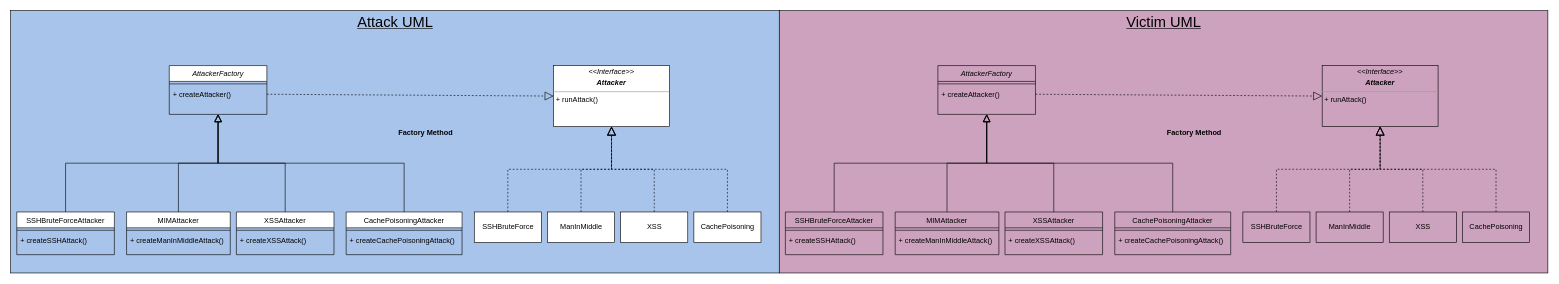
This is Untitled Diagram.drawio from connormc1010/ZFAC025_Final_Project, a draw.io file, before an edit. Source tidied: cells renumbered, new cells numbered last; positions are measured from the earlier drawing's top-left corner, leaving out a move shared by most shapes. Both pictures are drawn from the tidied source at 61%, with x=0, y=0 at pixel (10, 10).
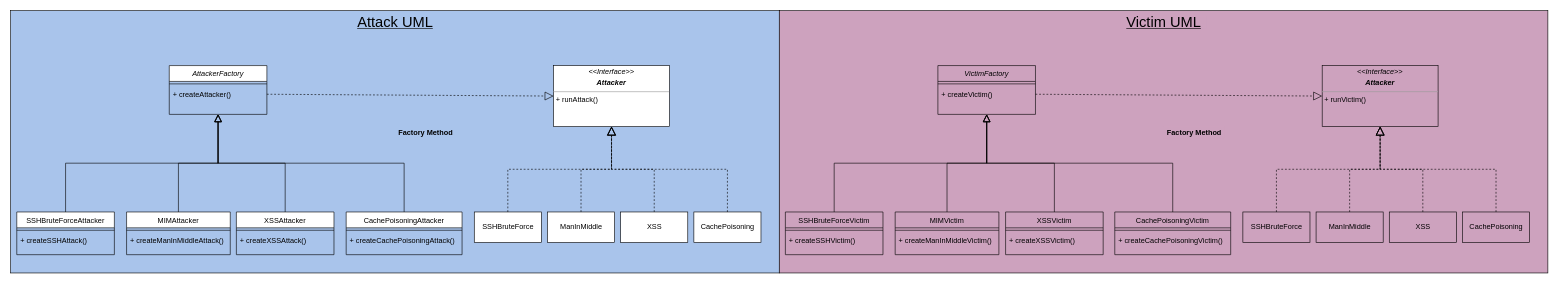
The same diagram, later.

The edit, as a diff of the source:
```diff
@@
-    <mxCell id="35" value="AttackerFactory" style="swimlane;fontStyle=2;align=center;verticalAlign=top;horizontal=1;startSize=26;rounded=0;shadow=0;strokeWidth=1;fillColor=#CDA2BE;" parent="1" vertex="1">
+    <mxCell id="35" value="VictimFactory" style="swimlane;fontStyle=2;align=center;verticalAlign=top;horizontal=1;startSize=26;rounded=0;shadow=0;strokeWidth=1;fillColor=#CDA2BE;" parent="1" vertex="1">
       <mxGeometry x="1520" y="90" width="160" height="80" as="geometry" />
     </mxCell>
@@
-    <mxCell id="37" value="+ createAttacker()" style="text;align=left;verticalAlign=top;spacingLeft=4;spacingRight=4;overflow=hidden;points=[[0,0.5],[1,0.5]];portConstraint=eastwest;" parent="35" vertex="1">
+    <mxCell id="37" value="+ createVictim()" style="text;align=left;verticalAlign=top;spacingLeft=4;spacingRight=4;overflow=hidden;points=[[0,0.5],[1,0.5]];portConstraint=eastwest;" parent="35" vertex="1">
       <mxGeometry y="34" width="160" height="26" as="geometry" />
     </mxCell>
-    <mxCell id="38" value="SSHBruteForceAttacker" style="swimlane;fontStyle=0;align=center;verticalAlign=top;horizontal=1;startSize=26;rounded=0;shadow=0;strokeWidth=1;fillColor=#CDA2BE;" parent="1" vertex="1">
+    <mxCell id="38" value="SSHBruteForceVictim" style="swimlane;fontStyle=0;align=center;verticalAlign=top;horizontal=1;startSize=26;rounded=0;shadow=0;strokeWidth=1;fillColor=#CDA2BE;" parent="1" vertex="1">
       <mxGeometry x="1270" y="330" width="160" height="70" as="geometry" />
     </mxCell>
@@
-    <mxCell id="40" value="+ createSSHAttack()" style="text;align=left;verticalAlign=top;spacingLeft=4;spacingRight=4;overflow=hidden;fontStyle=0;" parent="38" vertex="1">
+    <mxCell id="40" value="+ createSSHVictim()" style="text;align=left;verticalAlign=top;spacingLeft=4;spacingRight=4;overflow=hidden;fontStyle=0;" parent="38" vertex="1">
       <mxGeometry y="34" width="160" height="26" as="geometry" />
     </mxCell>
@@
-    <mxCell id="42" value="MIMAttacker" style="swimlane;fontStyle=0;align=center;verticalAlign=top;horizontal=1;startSize=26;rounded=0;shadow=0;strokeWidth=1;fillColor=#CDA2BE;" parent="1" vertex="1">
+    <mxCell id="42" value="MIMVictim" style="swimlane;fontStyle=0;align=center;verticalAlign=top;horizontal=1;startSize=26;rounded=0;shadow=0;strokeWidth=1;fillColor=#CDA2BE;" parent="1" vertex="1">
       <mxGeometry x="1450" y="330" width="170" height="70" as="geometry" />
     </mxCell>
@@
-    <mxCell id="44" value="+ createManInMiddleAttack()" style="text;align=left;verticalAlign=top;spacingLeft=4;spacingRight=4;overflow=hidden;fontStyle=0;" parent="42" vertex="1">
+    <mxCell id="44" value="+ createManInMiddleVictim()" style="text;align=left;verticalAlign=top;spacingLeft=4;spacingRight=4;overflow=hidden;fontStyle=0;" parent="42" vertex="1">
       <mxGeometry y="34" width="170" height="26" as="geometry" />
     </mxCell>
@@
-    <mxCell id="46" value="&lt;p style=&quot;margin: 0px ; margin-top: 4px ; text-align: center&quot;&gt;&lt;i&gt;&amp;lt;&amp;lt;Interface&amp;gt;&amp;gt;&lt;/i&gt;&lt;br&gt;&lt;/p&gt;&lt;p style=&quot;margin: 0px ; margin-top: 4px ; text-align: center&quot;&gt;&lt;i&gt;&lt;b&gt;Attacker&lt;/b&gt;&lt;/i&gt;&lt;/p&gt;&lt;hr size=&quot;1&quot;&gt;&lt;p style=&quot;margin: 0px ; margin-left: 4px&quot;&gt;+ runAttack()&lt;br&gt;&lt;/p&gt;" style="verticalAlign=top;align=left;overflow=fill;fontSize=12;fontFamily=Helvetica;html=1;fillColor=#CDA2BE;" parent="1" vertex="1">
+    <mxCell id="46" value="&lt;p style=&quot;margin: 0px ; margin-top: 4px ; text-align: center&quot;&gt;&lt;i&gt;&amp;lt;&amp;lt;Interface&amp;gt;&amp;gt;&lt;/i&gt;&lt;br&gt;&lt;/p&gt;&lt;p style=&quot;margin: 0px ; margin-top: 4px ; text-align: center&quot;&gt;&lt;i&gt;&lt;b&gt;Attacker&lt;/b&gt;&lt;/i&gt;&lt;/p&gt;&lt;hr size=&quot;1&quot;&gt;&lt;p style=&quot;margin: 0px ; margin-left: 4px&quot;&gt;+ runVictim()&lt;br&gt;&lt;/p&gt;" style="verticalAlign=top;align=left;overflow=fill;fontSize=12;fontFamily=Helvetica;html=1;fillColor=#CDA2BE;" parent="1" vertex="1">
       <mxGeometry x="2150" y="90" width="190" height="100" as="geometry" />
     </mxCell>
@@
-    <mxCell id="50" value="XSSAttacker" style="swimlane;fontStyle=0;align=center;verticalAlign=top;horizontal=1;startSize=26;rounded=0;shadow=0;strokeWidth=1;fillColor=#CDA2BE;" parent="1" vertex="1">
-      <mxGeometry x="1630" y="330" width="160" height="70" as="geometry" />
+    <mxCell id="50" value="XSSVictim" style="swimlane;fontStyle=0;align=center;verticalAlign=top;horizontal=1;startSize=26;rounded=0;shadow=0;strokeWidth=1;fillColor=#CDA2BE;" parent="1" vertex="1">
+      <mxGeometry x="1631" y="330" width="160" height="70" as="geometry" />
     </mxCell>
@@
-    <mxCell id="52" value="+ createXSSAttack()" style="text;align=left;verticalAlign=top;spacingLeft=4;spacingRight=4;overflow=hidden;fontStyle=0;" parent="50" vertex="1">
+    <mxCell id="52" value="+ createXSSVictim()" style="text;align=left;verticalAlign=top;spacingLeft=4;spacingRight=4;overflow=hidden;fontStyle=0;" parent="50" vertex="1">
       <mxGeometry y="34" width="160" height="26" as="geometry" />
     </mxCell>
@@
-    <mxCell id="54" value="CachePoisoningAttacker" style="swimlane;fontStyle=0;align=center;verticalAlign=top;horizontal=1;startSize=26;rounded=0;shadow=0;strokeWidth=1;fillColor=#CDA2BE;" parent="1" vertex="1">
+    <mxCell id="54" value="CachePoisoningVictim" style="swimlane;fontStyle=0;align=center;verticalAlign=top;horizontal=1;startSize=26;rounded=0;shadow=0;strokeWidth=1;fillColor=#CDA2BE;" parent="1" vertex="1">
       <mxGeometry x="1810" y="330" width="190" height="70" as="geometry" />
     </mxCell>
@@
-    <mxCell id="56" value="+ createCachePoisoningAttack()" style="text;align=left;verticalAlign=top;spacingLeft=4;spacingRight=4;overflow=hidden;fontStyle=0;" parent="54" vertex="1">
+    <mxCell id="56" value="+ createCachePoisoningVictim()" style="text;align=left;verticalAlign=top;spacingLeft=4;spacingRight=4;overflow=hidden;fontStyle=0;" parent="54" vertex="1">
       <mxGeometry y="34" width="190" height="26" as="geometry" />
     </mxCell>
```
